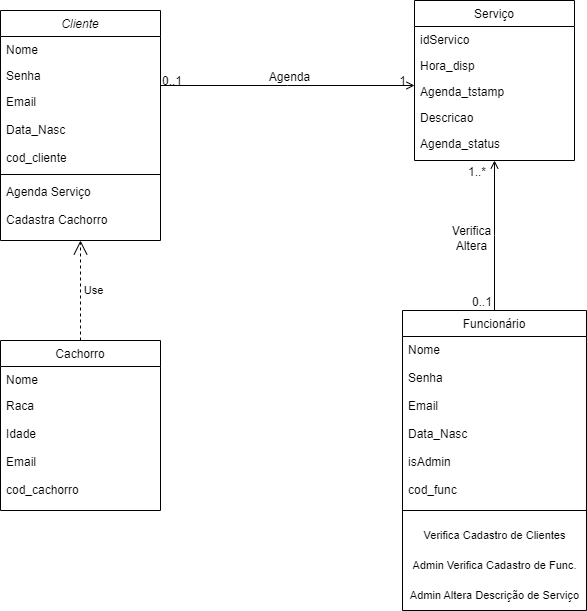
This is diagramas/diagrama-classe.png from cp2-dc-info-projeto-final/fenrir-pet-house, a draw.io export, as it was before one commit. Source tidied: cells renumbered, new cells last; positions are measured from the earlier drawing's top-left corner, leaving out a move shared by most shapes.
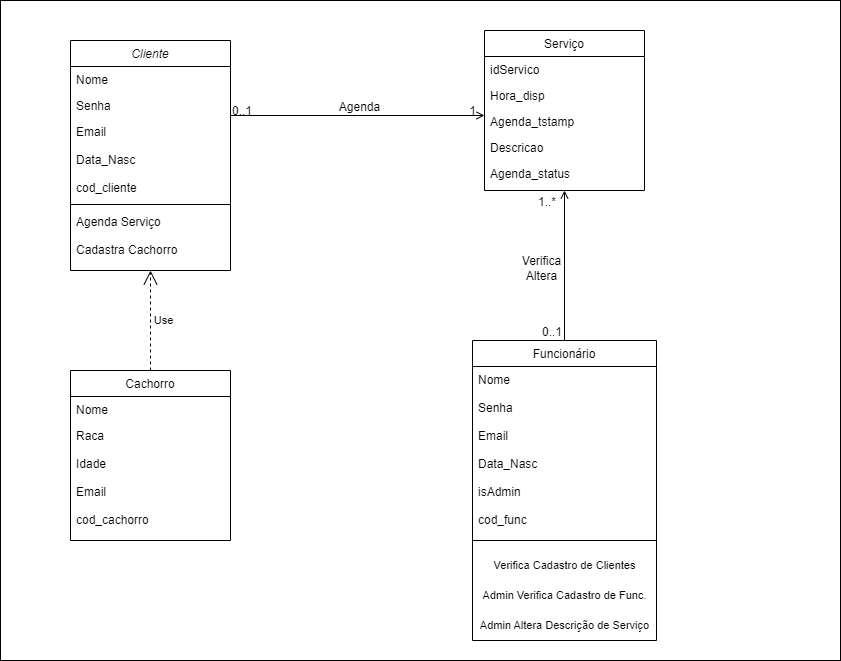
The same diagram one commit later.

The edit, as a diff of the source:
```diff
@@ -2,6 +2,9 @@
   <root>
     <mxCell id="0" />
     <mxCell id="1" parent="0" />
+    <mxCell id="32" style="whiteSpace=wrap;html=1;fontFamily=Helvetica;fontSize=11;fontColor=default;" parent="1" vertex="1">
+      <mxGeometry x="-70" y="-30" width="840" height="660" as="geometry" />
+    </mxCell>
     <mxCell id="2" value="Cliente" style="swimlane;fontStyle=2;align=center;verticalAlign=top;horizontal=1;startSize=26;rounded=0;shadow=0;strokeWidth=1;" parent="1" vertex="1">
       <mxGeometry y="10" width="160" height="230" as="geometry" />
     </mxCell>
```
